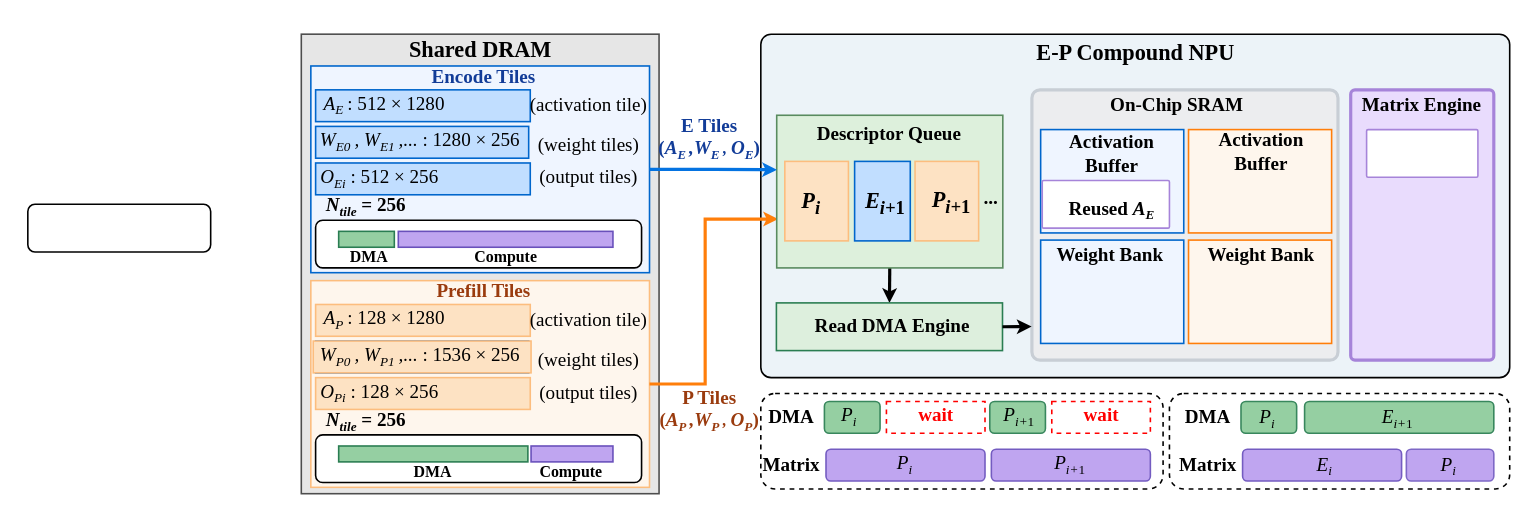
The draw.io diagram figures/decode.drawio in icszhr/hermes, before the edit. Source tidied: cells renumbered, new cells numbered last; positions are measured from the earlier drawing's top-left corner, leaving out a move shared by most shapes. Both pictures are drawn from the tidied source at 159%, with x=0, y=0 at pixel (27, 27).
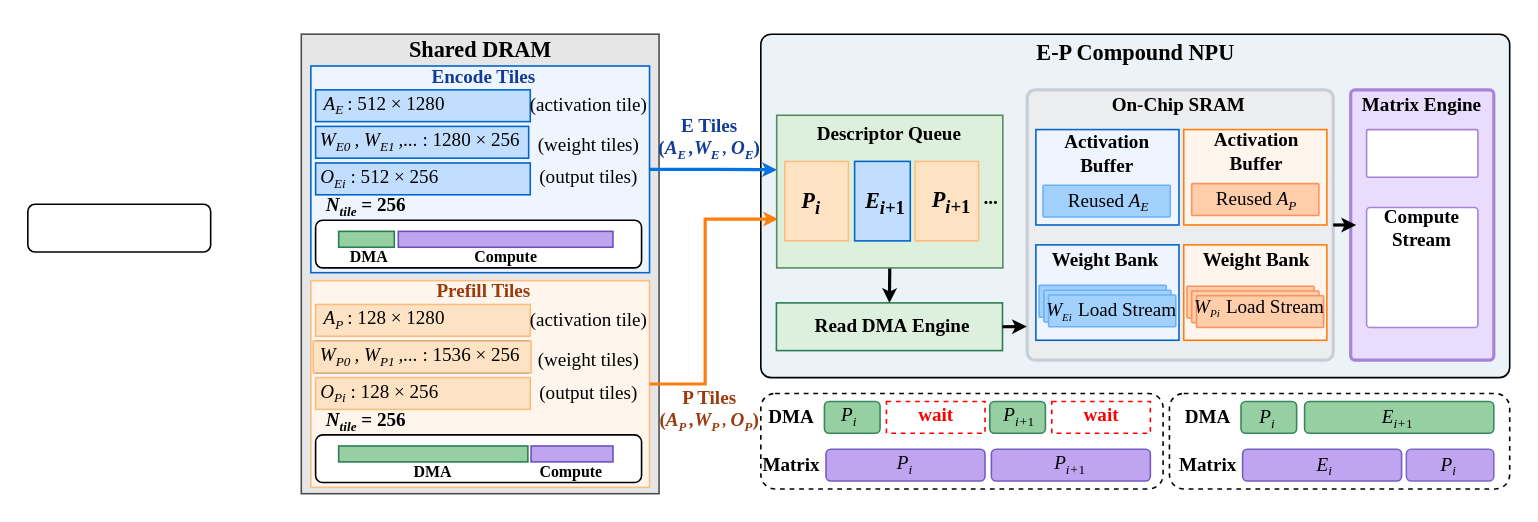
The same diagram, later.

Change to the diagram source:
```diff
@@
     <mxCell id="82" style="rounded=1;whiteSpace=wrap;html=1;strokeColor=light-dark(#c8ced5, #56aeff);strokeWidth=2;fillColor=light-dark(#ecedef, #151b23);arcSize=3;" parent="1" vertex="1">
-      <mxGeometry x="631.5" y="39" width="192.5" height="170" as="geometry" />
+      <mxGeometry x="628.5" y="39" width="192.5" height="170" as="geometry" />
     </mxCell>
@@
     <mxCell id="85" value="&lt;font color=&quot;#000000&quot; face=&quot;Times New Roman&quot;&gt;On-Chip SRAM&lt;/font&gt;" style="text;html=1;whiteSpace=wrap;strokeColor=none;fillColor=none;align=center;verticalAlign=middle;rounded=0;fontStyle=1;fontColor=light-dark(#123c98, #56aeff);" parent="1" vertex="1">
-      <mxGeometry x="657.5" y="39" width="130" height="20" as="geometry" />
+      <mxGeometry x="658.5" y="39" width="130" height="20" as="geometry" />
     </mxCell>
@@
     <mxCell id="88" style="rounded=0;whiteSpace=wrap;html=1;fillColor=light-dark(#eff5ff, #ededed);strokeColor=light-dark(#0066cc, #ededed);" parent="1" vertex="1">
-      <mxGeometry x="637" y="64" width="90" height="65" as="geometry" />
+      <mxGeometry x="634" y="64" width="90" height="60" as="geometry" />
     </mxCell>
     <mxCell id="89" style="rounded=0;whiteSpace=wrap;html=1;fillColor=light-dark(#fef6ed, #ededed);strokeColor=light-dark(#ff7e0a, #ededed);" parent="1" vertex="1">
-      <mxGeometry x="730" y="64" width="90" height="65" as="geometry" />
+      <mxGeometry x="727" y="64" width="90" height="60" as="geometry" />
     </mxCell>
     <mxCell id="90" style="rounded=0;whiteSpace=wrap;html=1;fillColor=light-dark(#eff5ff, #ededed);strokeColor=light-dark(#0066cc, #ededed);" parent="1" vertex="1">
-      <mxGeometry x="637" y="133.5" width="90" height="65" as="geometry" />
+      <mxGeometry x="634" y="136.5" width="90" height="60" as="geometry" />
     </mxCell>
     <mxCell id="91" style="rounded=0;whiteSpace=wrap;html=1;fillColor=light-dark(#fef6ed, #ededed);strokeColor=light-dark(#ff7e0a, #ededed);" parent="1" vertex="1">
-      <mxGeometry x="730" y="133.5" width="90" height="65" as="geometry" />
+      <mxGeometry x="727" y="136.5" width="90" height="60" as="geometry" />
     </mxCell>
     <mxCell id="92" value="&lt;font color=&quot;#000000&quot; face=&quot;Times New Roman&quot;&gt;Activation&lt;/font&gt;&lt;div&gt;&lt;font color=&quot;#000000&quot; face=&quot;Times New Roman&quot;&gt;Buffer&lt;/font&gt;&lt;/div&gt;" style="text;html=1;whiteSpace=wrap;strokeColor=none;fillColor=none;align=center;verticalAlign=middle;rounded=0;fontStyle=1;fontColor=light-dark(#123c98, #56aeff);" parent="1" vertex="1">
-      <mxGeometry x="632" y="69" width="100" height="20" as="geometry" />
+      <mxGeometry x="629" y="69" width="100" height="20" as="geometry" />
     </mxCell>
     <mxCell id="93" value="&lt;font color=&quot;#000000&quot; face=&quot;Times New Roman&quot;&gt;Activation&lt;/font&gt;&lt;div&gt;&lt;font color=&quot;#000000&quot; face=&quot;Times New Roman&quot;&gt;Buffer&lt;/font&gt;&lt;/div&gt;" style="text;html=1;whiteSpace=wrap;strokeColor=none;fillColor=none;align=center;verticalAlign=middle;rounded=0;fontStyle=1;fontColor=light-dark(#123c98, #56aeff);" parent="1" vertex="1">
-      <mxGeometry x="726" y="68" width="100" height="20" as="geometry" />
+      <mxGeometry x="723" y="68" width="100" height="20" as="geometry" />
     </mxCell>
     <mxCell id="94" value="&lt;font color=&quot;#000000&quot; face=&quot;Times New Roman&quot;&gt;Weight Bank&lt;/font&gt;" style="text;html=1;whiteSpace=wrap;strokeColor=none;fillColor=none;align=center;verticalAlign=middle;rounded=0;fontStyle=1;fontColor=light-dark(#123c98, #56aeff);" parent="1" vertex="1">
-      <mxGeometry x="630.5" y="133" width="100" height="20" as="geometry" />
+      <mxGeometry x="627.5" y="136" width="100" height="20" as="geometry" />
     </mxCell>
     <mxCell id="95" value="&lt;font color=&quot;#000000&quot; face=&quot;Times New Roman&quot;&gt;Weight Bank&lt;/font&gt;" style="text;html=1;whiteSpace=wrap;strokeColor=none;fillColor=none;align=center;verticalAlign=middle;rounded=0;fontStyle=1;fontColor=light-dark(#123c98, #56aeff);" parent="1" vertex="1">
-      <mxGeometry x="726" y="133" width="100" height="20" as="geometry" />
+      <mxGeometry x="723" y="136" width="100" height="20" as="geometry" />
     </mxCell>
@@
-    <mxCell id="97" style="rounded=1;whiteSpace=wrap;html=1;strokeColor=light-dark(#a684d9, #56aeff);strokeWidth=1;fillColor=#FFFFFF;arcSize=3;" parent="1" vertex="1">
-      <mxGeometry x="638" y="96" width="80" height="30" as="geometry" />
+    <mxCell id="97" style="rounded=1;whiteSpace=wrap;html=1;strokeColor=light-dark(#6cb1fa, #56aeff);strokeWidth=1;fillColor=light-dark(#a3d1fd, #121212);arcSize=3;" parent="1" vertex="1">
+      <mxGeometry x="638.5" y="99" width="80" height="20" as="geometry" />
     </mxCell>
-    <mxCell id="98" value="&lt;font color=&quot;#000000&quot; face=&quot;Times New Roman&quot;&gt;Reused &lt;i&gt;A&lt;sub&gt;&lt;font style=&quot;font-size: 8.33333px;&quot;&gt;E&lt;/font&gt;&lt;/sub&gt;&lt;/i&gt;&lt;/font&gt;" style="text;html=1;whiteSpace=wrap;strokeColor=none;fillColor=none;align=center;verticalAlign=middle;rounded=0;fontStyle=1;fontColor=light-dark(#123c98, #56aeff);" parent="1" vertex="1">
-      <mxGeometry x="631.5" y="105" width="100" height="20" as="geometry" />
+    <mxCell id="98" value="&lt;font color=&quot;#000000&quot; face=&quot;Times New Roman&quot;&gt;Reused &lt;i&gt;A&lt;sub&gt;&lt;font style=&quot;font-size: 8.33333px;&quot;&gt;E&lt;/font&gt;&lt;/sub&gt;&lt;/i&gt;&lt;/font&gt;" style="text;html=1;whiteSpace=wrap;strokeColor=none;fillColor=none;align=center;verticalAlign=middle;rounded=0;fontStyle=0;fontColor=light-dark(#123c98, #56aeff);" parent="1" vertex="1">
+      <mxGeometry x="649" y="100" width="62" height="20" as="geometry" />
     </mxCell>
+    <mxCell id="99" style="rounded=1;whiteSpace=wrap;html=1;strokeColor=light-dark(#fc935e, #56aeff);strokeWidth=1;fillColor=light-dark(#fecda9, #121212);arcSize=3;" parent="1" vertex="1">
+      <mxGeometry x="732" y="98" width="80" height="20" as="geometry" />
+    </mxCell>
+    <mxCell id="100" value="&lt;font color=&quot;#000000&quot; face=&quot;Times New Roman&quot;&gt;Reused &lt;i&gt;A&lt;sub&gt;&lt;font style=&quot;font-size: 8.33333px;&quot;&gt;P&lt;/font&gt;&lt;/sub&gt;&lt;/i&gt;&lt;/font&gt;" style="text;html=1;whiteSpace=wrap;strokeColor=none;fillColor=none;align=center;verticalAlign=middle;rounded=0;fontStyle=0;fontColor=light-dark(#123c98, #56aeff);" parent="1" vertex="1">
+      <mxGeometry x="741.5" y="99" width="62" height="20" as="geometry" />
+    </mxCell>
+    <mxCell id="101" style="rounded=1;whiteSpace=wrap;html=1;strokeColor=light-dark(#6cb1fa, #56aeff);strokeWidth=1;fillColor=light-dark(#a3d1fd, #121212);arcSize=3;" parent="1" vertex="1">
+      <mxGeometry x="636" y="162" width="80" height="20" as="geometry" />
+    </mxCell>
+    <mxCell id="102" style="rounded=1;whiteSpace=wrap;html=1;strokeColor=light-dark(#6cb1fa, #56aeff);strokeWidth=1;fillColor=light-dark(#a3d1fd, #121212);arcSize=3;" parent="1" vertex="1">
+      <mxGeometry x="639" y="165" width="80" height="20" as="geometry" />
+    </mxCell>
+    <mxCell id="103" style="rounded=1;whiteSpace=wrap;html=1;strokeColor=light-dark(#6cb1fa, #56aeff);strokeWidth=1;fillColor=light-dark(#a3d1fd, #121212);arcSize=3;" parent="1" vertex="1">
+      <mxGeometry x="642" y="168" width="80" height="20" as="geometry" />
+    </mxCell>
+    <mxCell id="104" style="rounded=1;whiteSpace=wrap;html=1;strokeColor=light-dark(#fc935e, #56aeff);strokeWidth=1;fillColor=light-dark(#fecda9, #121212);arcSize=3;" parent="1" vertex="1">
+      <mxGeometry x="729" y="162.5" width="80" height="20" as="geometry" />
+    </mxCell>
+    <mxCell id="105" style="rounded=1;whiteSpace=wrap;html=1;strokeColor=light-dark(#fc935e, #56aeff);strokeWidth=1;fillColor=light-dark(#fecda9, #121212);arcSize=3;" parent="1" vertex="1">
+      <mxGeometry x="732" y="165.5" width="80" height="20" as="geometry" />
+    </mxCell>
+    <mxCell id="106" style="rounded=1;whiteSpace=wrap;html=1;strokeColor=light-dark(#fc935e, #56aeff);strokeWidth=1;fillColor=light-dark(#fecda9, #121212);arcSize=3;" parent="1" vertex="1">
+      <mxGeometry x="735" y="168.5" width="80" height="20" as="geometry" />
+    </mxCell>
+    <mxCell id="107" value="&lt;span style=&quot;forced-color-adjust: none; color: rgb(0, 0, 0); font-family: &amp;quot;Times New Roman&amp;quot;; font-variant-ligatures: normal; font-variant-caps: normal; font-weight: 400; letter-spacing: normal; orphans: 2; text-align: center; text-indent: 0px; text-transform: none; widows: 2; word-spacing: 0px; -webkit-text-stroke-width: 0px; white-space: normal; text-decoration-thickness: initial; text-decoration-style: initial; text-decoration-color: initial;&quot;&gt;&lt;span style=&quot;font-style: italic; font-size: 12px;&quot;&gt;W&lt;/span&gt;&lt;span style=&quot;forced-color-adjust: none;&quot;&gt;&lt;font style=&quot;font-style: italic; font-size: 8.33333px; forced-color-adjust: none;&quot;&gt;&lt;sub&gt;Pi&amp;nbsp;&lt;/sub&gt;&amp;nbsp;&lt;/font&gt;&lt;font style=&quot;forced-color-adjust: none;&quot;&gt;Load Stream&lt;/font&gt;&lt;/span&gt;&lt;/span&gt;" style="text;whiteSpace=wrap;html=1;labelBackgroundColor=none;" parent="1" vertex="1">
+      <mxGeometry x="732" y="162" width="90" height="30" as="geometry" />
+    </mxCell>
+    <mxCell id="108" value="&lt;span style=&quot;forced-color-adjust: none; color: rgb(0, 0, 0); font-family: &amp;quot;Times New Roman&amp;quot;; font-variant-ligatures: normal; font-variant-caps: normal; font-weight: 400; letter-spacing: normal; orphans: 2; text-align: center; text-indent: 0px; text-transform: none; widows: 2; word-spacing: 0px; -webkit-text-stroke-width: 0px; white-space: normal; text-decoration-thickness: initial; text-decoration-style: initial; text-decoration-color: initial;&quot;&gt;&lt;span style=&quot;font-style: italic; font-size: 12px;&quot;&gt;W&lt;/span&gt;&lt;span style=&quot;forced-color-adjust: none;&quot;&gt;&lt;font style=&quot;font-style: italic; font-size: 8.33333px; forced-color-adjust: none;&quot;&gt;&lt;sub&gt;Ei&amp;nbsp;&lt;/sub&gt;&amp;nbsp;&lt;/font&gt;&lt;font style=&quot;forced-color-adjust: none;&quot;&gt;Load Stream&lt;/font&gt;&lt;/span&gt;&lt;/span&gt;" style="text;whiteSpace=wrap;html=1;labelBackgroundColor=none;" parent="1" vertex="1">
+      <mxGeometry x="639" y="164" width="90" height="30" as="geometry" />
+    </mxCell>
+    <mxCell id="109" style="rounded=1;whiteSpace=wrap;html=1;strokeColor=light-dark(#a684d9, #56aeff);strokeWidth=1;fillColor=#FFFFFF;arcSize=3;" parent="1" vertex="1">
+      <mxGeometry x="842" y="113" width="70" height="75.5" as="geometry" />
+    </mxCell>
+    <mxCell id="110" value="&lt;font color=&quot;#000000&quot; face=&quot;Times New Roman&quot;&gt;Compute&lt;/font&gt;&lt;div&gt;&lt;font color=&quot;#000000&quot; face=&quot;Times New Roman&quot;&gt;Stream&lt;/font&gt;&lt;/div&gt;" style="text;html=1;whiteSpace=wrap;strokeColor=none;fillColor=none;align=center;verticalAlign=middle;rounded=0;fontStyle=1;fontColor=light-dark(#123c98, #56aeff);" parent="1" vertex="1">
+      <mxGeometry x="832" y="116" width="90" height="20" as="geometry" />
+    </mxCell>
+    <mxCell id="111" style="edgeStyle=orthogonalEdgeStyle;rounded=0;jettySize=auto;html=1;exitX=1;exitY=0.5;exitDx=0;exitDy=0;entryX=0.038;entryY=0.372;entryDx=0;entryDy=0;entryPerimeter=0;endSize=3;strokeWidth=2;" parent="1" edge="1" source="82" target="110">
+      <mxGeometry relative="1" as="geometry" />
+    </mxCell>
```
